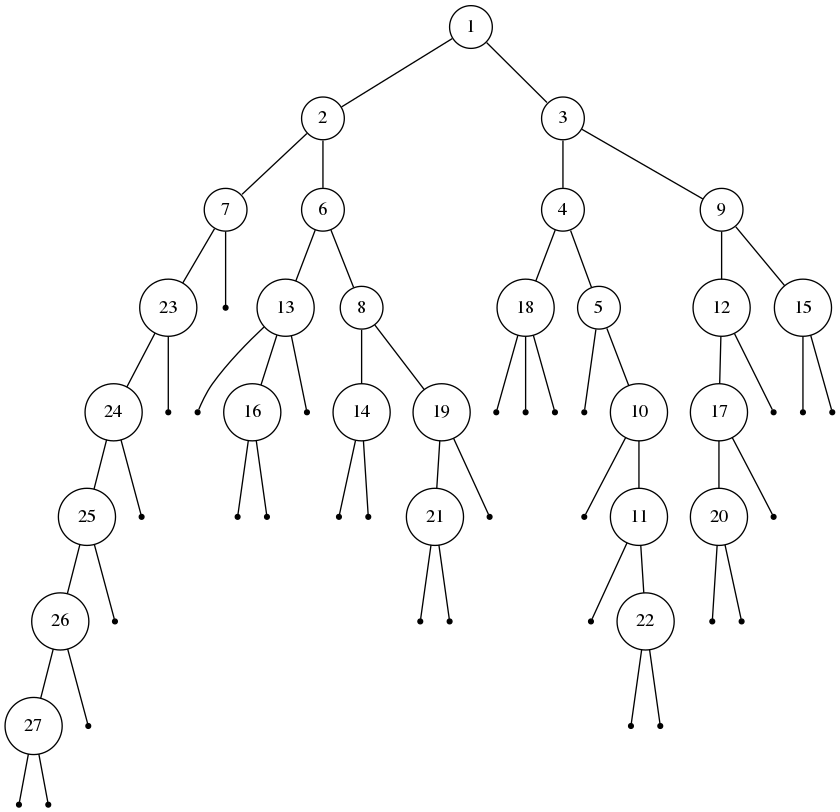
Earlier version of the Graphviz export tree/test8.png (Shaolans/Projet_AAGA). Its source is kept beside it as tree/test8.dot.
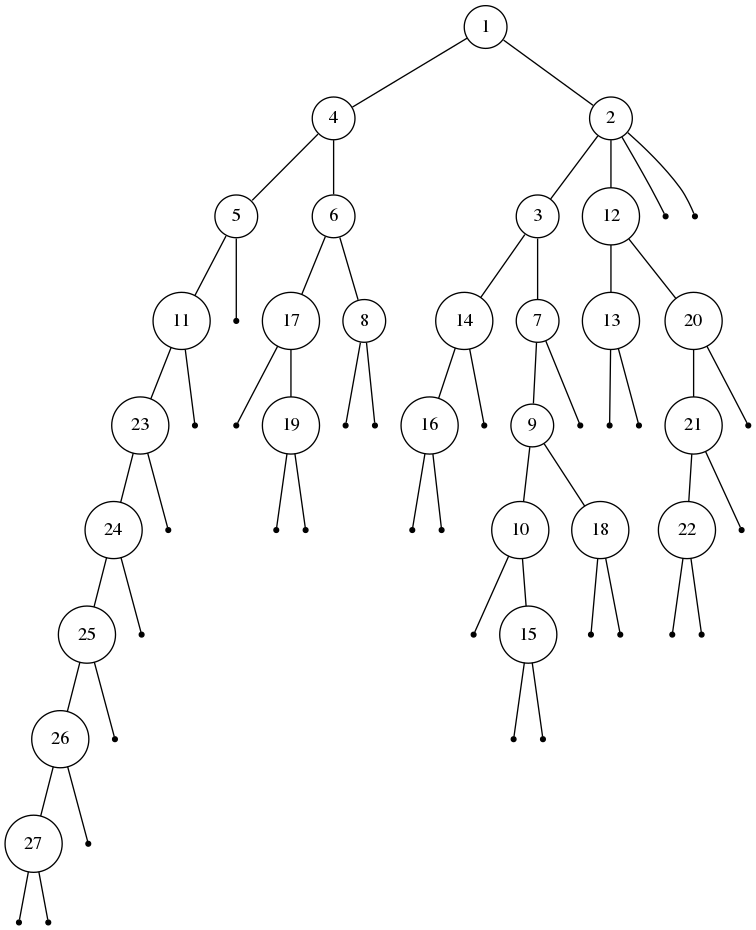
The same file after the commit.

The edit, as a diff of the source:
```diff
@@ -3,28 +3,32 @@
 treeimplementationSchroderTreeImpl24d46ca6 [label="1", shape=circle, width=0.1];
 treeimplementationSchroderTreeImpl24d46ca6 -> treeimplementationSchroderTreeImpl4517d9a3;
 treeimplementationSchroderTreeImpl24d46ca6 -> treeimplementationSchroderTreeImpl372f7a8d;
-treeimplementationSchroderTreeImpl4517d9a3 [label="2", shape=circle, width=0.1];
+treeimplementationSchroderTreeImpl4517d9a3 [label="4", shape=circle, width=0.1];
 treeimplementationSchroderTreeImpl4517d9a3 -> treeimplementationSchroderTreeImpl2f92e0f4;
 treeimplementationSchroderTreeImpl4517d9a3 -> treeimplementationSchroderTreeImpl28a418fc;
-treeimplementationSchroderTreeImpl2f92e0f4 [label="7", shape=circle, width=0.1];
+treeimplementationSchroderTreeImpl2f92e0f4 [label="5", shape=circle, width=0.1];
 treeimplementationSchroderTreeImpl2f92e0f4 -> treeimplementationSchroderTreeImpl5305068a;
 treeimplementationSchroderTreeImpl2f92e0f4 -> treeimplementationSchroderTreeImpl1f32e575;
-treeimplementationSchroderTreeImpl5305068a [label="23", shape=circle, width=0.1];
+treeimplementationSchroderTreeImpl5305068a [label="11", shape=circle, width=0.1];
 treeimplementationSchroderTreeImpl5305068a -> treeimplementationSchroderTreeImpl279f2327;
 treeimplementationSchroderTreeImpl5305068a -> treeimplementationSchroderTreeImpl2ff4acd0;
-treeimplementationSchroderTreeImpl279f2327 [label="24", shape=circle, width=0.1];
+treeimplementationSchroderTreeImpl279f2327 [label="23", shape=circle, width=0.1];
 treeimplementationSchroderTreeImpl279f2327 -> treeimplementationSchroderTreeImpl54bedef2;
 treeimplementationSchroderTreeImpl279f2327 -> treeimplementationSchroderTreeImpl5caf905d;
-treeimplementationSchroderTreeImpl54bedef2 [label="25", shape=circle, width=0.1];
+treeimplementationSchroderTreeImpl54bedef2 [label="24", shape=circle, width=0.1];
 treeimplementationSchroderTreeImpl54bedef2 -> treeimplementationSchroderTreeImpl27716f4;
 treeimplementationSchroderTreeImpl54bedef2 -> treeimplementationSchroderTreeImpl8efb846;
-treeimplementationSchroderTreeImpl27716f4 [label="26", shape=circle, width=0.1];
+treeimplementationSchroderTreeImpl27716f4 [label="25", shape=circle, width=0.1];
 treeimplementationSchroderTreeImpl27716f4 -> treeimplementationSchroderTreeImpl2a84aee7;
 treeimplementationSchroderTreeImpl27716f4 -> treeimplementationSchroderTreeImpla09ee92;
-treeimplementationSchroderTreeImpl2a84aee7 [label="27", shape=circle, width=0.1];
+treeimplementationSchroderTreeImpl2a84aee7 [label="26", shape=circle, width=0.1];
 treeimplementationSchroderTreeImpl2a84aee7 -> treeimplementationSchroderTreeImpl30f39991;
 treeimplementationSchroderTreeImpl2a84aee7 -> treeimplementationSchroderTreeImpl452b3a41;
-treeimplementationSchroderTreeImpl30f39991 [label="", shape=point];
+treeimplementationSchroderTreeImpl30f39991 [label="27", shape=circle, width=0.1];
+treeimplementationSchroderTreeImpl30f39991 -> treeimplementationSchroderTreeImpl4a574795;
+treeimplementationSchroderTreeImpl30f39991 -> treeimplementationSchroderTreeImplf6f4d33;
+treeimplementationSchroderTreeImpl4a574795 [label="", shape=point];
+treeimplementationSchroderTreeImplf6f4d33 [label="", shape=point];
 treeimplementationSchroderTreeImpl452b3a41 [label="", shape=point];
 treeimplementationSchroderTreeImpla09ee92 [label="", shape=point];
 treeimplementationSchroderTreeImpl8efb846 [label="", shape=point];
@@ -32,85 +36,81 @@
 treeimplementationSchroderTreeImpl2ff4acd0 [label="", shape=point];
 treeimplementationSchroderTreeImpl1f32e575 [label="", shape=point];
 treeimplementationSchroderTreeImpl28a418fc [label="6", shape=circle, width=0.1];
-treeimplementationSchroderTreeImpl28a418fc -> treeimplementationSchroderTreeImpl4a574795;
-treeimplementationSchroderTreeImpl28a418fc -> treeimplementationSchroderTreeImplf6f4d33;
-treeimplementationSchroderTreeImpl4a574795 [label="13", shape=circle, width=0.1];
-treeimplementationSchroderTreeImpl4a574795 -> treeimplementationSchroderTreeImpl23fc625e;
-treeimplementationSchroderTreeImpl4a574795 -> treeimplementationSchroderTreeImpl3f99bd52;
-treeimplementationSchroderTreeImpl4a574795 -> treeimplementationSchroderTreeImpl4f023edb;
-treeimplementationSchroderTreeImpl23fc625e [label="", shape=point];
-treeimplementationSchroderTreeImpl3f99bd52 [label="16", shape=circle, width=0.1];
-treeimplementationSchroderTreeImpl3f99bd52 -> treeimplementationSchroderTreeImpl3a71f4dd;
-treeimplementationSchroderTreeImpl3f99bd52 -> treeimplementationSchroderTreeImpl7adf9f5f;
-treeimplementationSchroderTreeImpl3a71f4dd [label="", shape=point];
+treeimplementationSchroderTreeImpl28a418fc -> treeimplementationSchroderTreeImpl23fc625e;
+treeimplementationSchroderTreeImpl28a418fc -> treeimplementationSchroderTreeImpl3f99bd52;
+treeimplementationSchroderTreeImpl23fc625e [label="17", shape=circle, width=0.1];
+treeimplementationSchroderTreeImpl23fc625e -> treeimplementationSchroderTreeImpl4f023edb;
+treeimplementationSchroderTreeImpl23fc625e -> treeimplementationSchroderTreeImpl3a71f4dd;
+treeimplementationSchroderTreeImpl4f023edb [label="", shape=point];
+treeimplementationSchroderTreeImpl3a71f4dd [label="19", shape=circle, width=0.1];
+treeimplementationSchroderTreeImpl3a71f4dd -> treeimplementationSchroderTreeImpl7adf9f5f;
+treeimplementationSchroderTreeImpl3a71f4dd -> treeimplementationSchroderTreeImpl85ede7b;
 treeimplementationSchroderTreeImpl7adf9f5f [label="", shape=point];
-treeimplementationSchroderTreeImpl4f023edb [label="", shape=point];
-treeimplementationSchroderTreeImplf6f4d33 [label="8", shape=circle, width=0.1];
-treeimplementationSchroderTreeImplf6f4d33 -> treeimplementationSchroderTreeImpl85ede7b;
-treeimplementationSchroderTreeImplf6f4d33 -> treeimplementationSchroderTreeImpl5674cd4d;
-treeimplementationSchroderTreeImpl85ede7b [label="14", shape=circle, width=0.1];
-treeimplementationSchroderTreeImpl85ede7b -> treeimplementationSchroderTreeImpl63961c42;
-treeimplementationSchroderTreeImpl85ede7b -> treeimplementationSchroderTreeImpl65b54208;
+treeimplementationSchroderTreeImpl85ede7b [label="", shape=point];
+treeimplementationSchroderTreeImpl3f99bd52 [label="8", shape=circle, width=0.1];
+treeimplementationSchroderTreeImpl3f99bd52 -> treeimplementationSchroderTreeImpl5674cd4d;
+treeimplementationSchroderTreeImpl3f99bd52 -> treeimplementationSchroderTreeImpl63961c42;
+treeimplementationSchroderTreeImpl5674cd4d [label="", shape=point];
 treeimplementationSchroderTreeImpl63961c42 [label="", shape=point];
-treeimplementationSchroderTreeImpl65b54208 [label="", shape=point];
-treeimplementationSchroderTreeImpl5674cd4d [label="19", shape=circle, width=0.1];
-treeimplementationSchroderTreeImpl5674cd4d -> treeimplementationSchroderTreeImpl1be6f5c3;
-treeimplementationSchroderTreeImpl5674cd4d -> treeimplementationSchroderTreeImpl6b884d57;
-treeimplementationSchroderTreeImpl1be6f5c3 [label="21", shape=circle, width=0.1];
-treeimplementationSchroderTreeImpl1be6f5c3 -> treeimplementationSchroderTreeImpl38af3868;
-treeimplementationSchroderTreeImpl1be6f5c3 -> treeimplementationSchroderTreeImpl77459877;
-treeimplementationSchroderTreeImpl38af3868 [label="", shape=point];
-treeimplementationSchroderTreeImpl77459877 [label="", shape=point];
-treeimplementationSchroderTreeImpl6b884d57 [label="", shape=point];
-treeimplementationSchroderTreeImpl372f7a8d [label="3", shape=circle, width=0.1];
-treeimplementationSchroderTreeImpl372f7a8d -> treeimplementationSchroderTreeImpl5b2133b1;
-treeimplementationSchroderTreeImpl372f7a8d -> treeimplementationSchroderTreeImpl72ea2f77;
-treeimplementationSchroderTreeImpl5b2133b1 [label="4", shape=circle, width=0.1];
-treeimplementationSchroderTreeImpl5b2133b1 -> treeimplementationSchroderTreeImpl33c7353a;
-treeimplementationSchroderTreeImpl5b2133b1 -> treeimplementationSchroderTreeImpl681a9515;
-treeimplementationSchroderTreeImpl33c7353a [label="18", shape=circle, width=0.1];
-treeimplementationSchroderTreeImpl33c7353a -> treeimplementationSchroderTreeImpl3af49f1c;
-treeimplementationSchroderTreeImpl33c7353a -> treeimplementationSchroderTreeImpl19469ea2;
-treeimplementationSchroderTreeImpl33c7353a -> treeimplementationSchroderTreeImpl13221655;
+treeimplementationSchroderTreeImpl372f7a8d [label="2", shape=circle, width=0.1];
+treeimplementationSchroderTreeImpl372f7a8d -> treeimplementationSchroderTreeImpl65b54208;
+treeimplementationSchroderTreeImpl372f7a8d -> treeimplementationSchroderTreeImpl1be6f5c3;
+treeimplementationSchroderTreeImpl372f7a8d -> treeimplementationSchroderTreeImpl6b884d57;
+treeimplementationSchroderTreeImpl372f7a8d -> treeimplementationSchroderTreeImpl38af3868;
+treeimplementationSchroderTreeImpl65b54208 [label="3", shape=circle, width=0.1];
+treeimplementationSchroderTreeImpl65b54208 -> treeimplementationSchroderTreeImpl77459877;
+treeimplementationSchroderTreeImpl65b54208 -> treeimplementationSchroderTreeImpl5b2133b1;
+treeimplementationSchroderTreeImpl77459877 [label="14", shape=circle, width=0.1];
+treeimplementationSchroderTreeImpl77459877 -> treeimplementationSchroderTreeImpl72ea2f77;
+treeimplementationSchroderTreeImpl77459877 -> treeimplementationSchroderTreeImpl33c7353a;
+treeimplementationSchroderTreeImpl72ea2f77 [label="16", shape=circle, width=0.1];
+treeimplementationSchroderTreeImpl72ea2f77 -> treeimplementationSchroderTreeImpl681a9515;
+treeimplementationSchroderTreeImpl72ea2f77 -> treeimplementationSchroderTreeImpl3af49f1c;
+treeimplementationSchroderTreeImpl681a9515 [label="", shape=point];
 treeimplementationSchroderTreeImpl3af49f1c [label="", shape=point];
-treeimplementationSchroderTreeImpl19469ea2 [label="", shape=point];
-treeimplementationSchroderTreeImpl13221655 [label="", shape=point];
-treeimplementationSchroderTreeImpl681a9515 [label="5", shape=circle, width=0.1];
-treeimplementationSchroderTreeImpl681a9515 -> treeimplementationSchroderTreeImpl2f2c9b19;
-treeimplementationSchroderTreeImpl681a9515 -> treeimplementationSchroderTreeImpl31befd9f;
-treeimplementationSchroderTreeImpl2f2c9b19 [label="", shape=point];
-treeimplementationSchroderTreeImpl31befd9f [label="10", shape=circle, width=0.1];
-treeimplementationSchroderTreeImpl31befd9f -> treeimplementationSchroderTreeImpl1c20c684;
-treeimplementationSchroderTreeImpl31befd9f -> treeimplementationSchroderTreeImpl1fb3ebeb;
+treeimplementationSchroderTreeImpl33c7353a [label="", shape=point];
+treeimplementationSchroderTreeImpl5b2133b1 [label="7", shape=circle, width=0.1];
+treeimplementationSchroderTreeImpl5b2133b1 -> treeimplementationSchroderTreeImpl19469ea2;
+treeimplementationSchroderTreeImpl5b2133b1 -> treeimplementationSchroderTreeImpl13221655;
+treeimplementationSchroderTreeImpl19469ea2 [label="9", shape=circle, width=0.1];
+treeimplementationSchroderTreeImpl19469ea2 -> treeimplementationSchroderTreeImpl2f2c9b19;
+treeimplementationSchroderTreeImpl19469ea2 -> treeimplementationSchroderTreeImpl31befd9f;
+treeimplementationSchroderTreeImpl2f2c9b19 [label="10", shape=circle, width=0.1];
+treeimplementationSchroderTreeImpl2f2c9b19 -> treeimplementationSchroderTreeImpl1c20c684;
+treeimplementationSchroderTreeImpl2f2c9b19 -> treeimplementationSchroderTreeImpl1fb3ebeb;
 treeimplementationSchroderTreeImpl1c20c684 [label="", shape=point];
-treeimplementationSchroderTreeImpl1fb3ebeb [label="11", shape=circle, width=0.1];
+treeimplementationSchroderTreeImpl1fb3ebeb [label="15", shape=circle, width=0.1];
 treeimplementationSchroderTreeImpl1fb3ebeb -> treeimplementationSchroderTreeImpl548c4f57;
 treeimplementationSchroderTreeImpl1fb3ebeb -> treeimplementationSchroderTreeImpl1218025c;
 treeimplementationSchroderTreeImpl548c4f57 [label="", shape=point];
-treeimplementationSchroderTreeImpl1218025c [label="22", shape=circle, width=0.1];
-treeimplementationSchroderTreeImpl1218025c -> treeimplementationSchroderTreeImpl816f27d;
-treeimplementationSchroderTreeImpl1218025c -> treeimplementationSchroderTreeImpl87aac27;
+treeimplementationSchroderTreeImpl1218025c [label="", shape=point];
+treeimplementationSchroderTreeImpl31befd9f [label="18", shape=circle, width=0.1];
+treeimplementationSchroderTreeImpl31befd9f -> treeimplementationSchroderTreeImpl816f27d;
+treeimplementationSchroderTreeImpl31befd9f -> treeimplementationSchroderTreeImpl87aac27;
 treeimplementationSchroderTreeImpl816f27d [label="", shape=point];
 treeimplementationSchroderTreeImpl87aac27 [label="", shape=point];
-treeimplementationSchroderTreeImpl72ea2f77 [label="9", shape=circle, width=0.1];
-treeimplementationSchroderTreeImpl72ea2f77 -> treeimplementationSchroderTreeImpl3e3abc88;
-treeimplementationSchroderTreeImpl72ea2f77 -> treeimplementationSchroderTreeImpl6ce253f1;
-treeimplementationSchroderTreeImpl3e3abc88 [label="12", shape=circle, width=0.1];
+treeimplementationSchroderTreeImpl13221655 [label="", shape=point];
+treeimplementationSchroderTreeImpl1be6f5c3 [label="12", shape=circle, width=0.1];
+treeimplementationSchroderTreeImpl1be6f5c3 -> treeimplementationSchroderTreeImpl3e3abc88;
+treeimplementationSchroderTreeImpl1be6f5c3 -> treeimplementationSchroderTreeImpl6ce253f1;
+treeimplementationSchroderTreeImpl3e3abc88 [label="13", shape=circle, width=0.1];
 treeimplementationSchroderTreeImpl3e3abc88 -> treeimplementationSchroderTreeImpl53d8d10a;
 treeimplementationSchroderTreeImpl3e3abc88 -> treeimplementationSchroderTreeImple9e54c2;
-treeimplementationSchroderTreeImpl53d8d10a [label="17", shape=circle, width=0.1];
-treeimplementationSchroderTreeImpl53d8d10a -> treeimplementationSchroderTreeImpl65ab7765;
-treeimplementationSchroderTreeImpl53d8d10a -> treeimplementationSchroderTreeImpl1b28cdfa;
-treeimplementationSchroderTreeImpl65ab7765 [label="20", shape=circle, width=0.1];
+treeimplementationSchroderTreeImpl53d8d10a [label="", shape=point];
+treeimplementationSchroderTreeImple9e54c2 [label="", shape=point];
+treeimplementationSchroderTreeImpl6ce253f1 [label="20", shape=circle, width=0.1];
+treeimplementationSchroderTreeImpl6ce253f1 -> treeimplementationSchroderTreeImpl65ab7765;
+treeimplementationSchroderTreeImpl6ce253f1 -> treeimplementationSchroderTreeImpl1b28cdfa;
+treeimplementationSchroderTreeImpl65ab7765 [label="21", shape=circle, width=0.1];
 treeimplementationSchroderTreeImpl65ab7765 -> treeimplementationSchroderTreeImpleed1f14;
 treeimplementationSchroderTreeImpl65ab7765 -> treeimplementationSchroderTreeImpl7229724f;
-treeimplementationSchroderTreeImpleed1f14 [label="", shape=point];
+treeimplementationSchroderTreeImpleed1f14 [label="22", shape=circle, width=0.1];
+treeimplementationSchroderTreeImpleed1f14 -> treeimplementationSchroderTreeImpl4c873330;
+treeimplementationSchroderTreeImpleed1f14 -> treeimplementationSchroderTreeImpl119d7047;
+treeimplementationSchroderTreeImpl4c873330 [label="", shape=point];
+treeimplementationSchroderTreeImpl119d7047 [label="", shape=point];
 treeimplementationSchroderTreeImpl7229724f [label="", shape=point];
 treeimplementationSchroderTreeImpl1b28cdfa [label="", shape=point];
-treeimplementationSchroderTreeImple9e54c2 [label="", shape=point];
-treeimplementationSchroderTreeImpl6ce253f1 [label="15", shape=circle, width=0.1];
-treeimplementationSchroderTreeImpl6ce253f1 -> treeimplementationSchroderTreeImpl4c873330;
-treeimplementationSchroderTreeImpl6ce253f1 -> treeimplementationSchroderTreeImpl119d7047;
-treeimplementationSchroderTreeImpl4c873330 [label="", shape=point];
-treeimplementationSchroderTreeImpl119d7047 [label="", shape=point];
+treeimplementationSchroderTreeImpl6b884d57 [label="", shape=point];
+treeimplementationSchroderTreeImpl38af3868 [label="", shape=point];
 }
```
